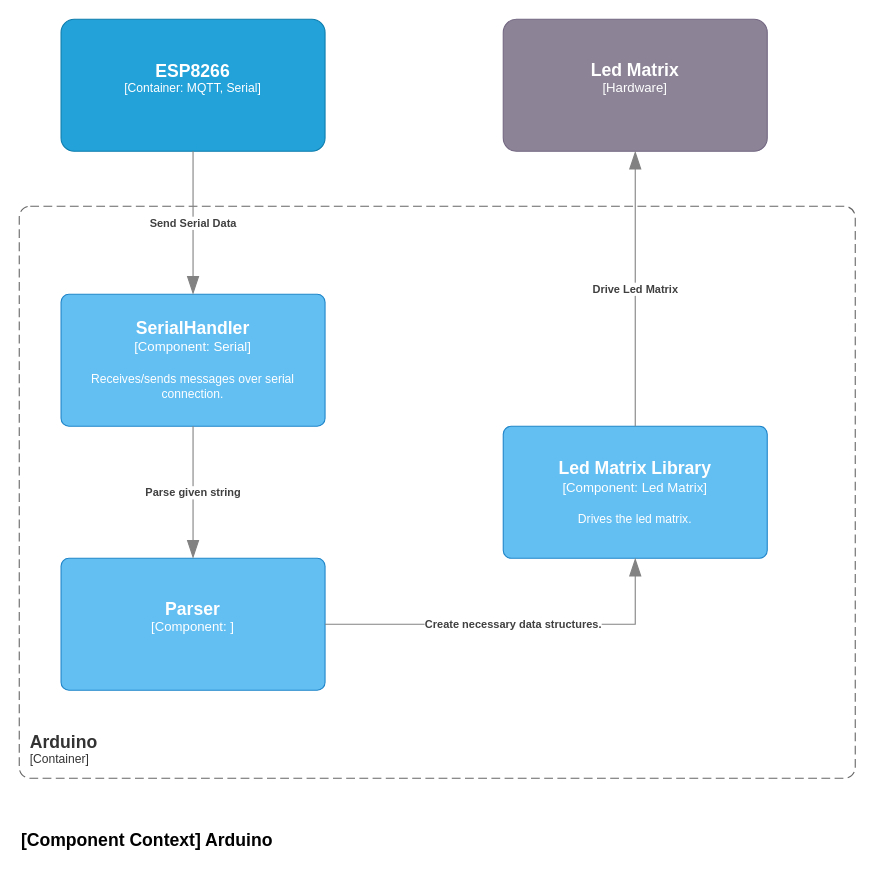
The draw.io diagram page "c3_arduino" (4 of 10) of doc/led_matrix_controller_design.drawio in Brentem/Led-Matrix-Controller-Brent, before the edit. Source tidied: cells renumbered, new cells numbered last; positions are measured from the earlier drawing's top-left corner, leaving out a move shared by most shapes. Both pictures are drawn from the tidied source at 110%, with x=0, y=0 at pixel (19, 19).
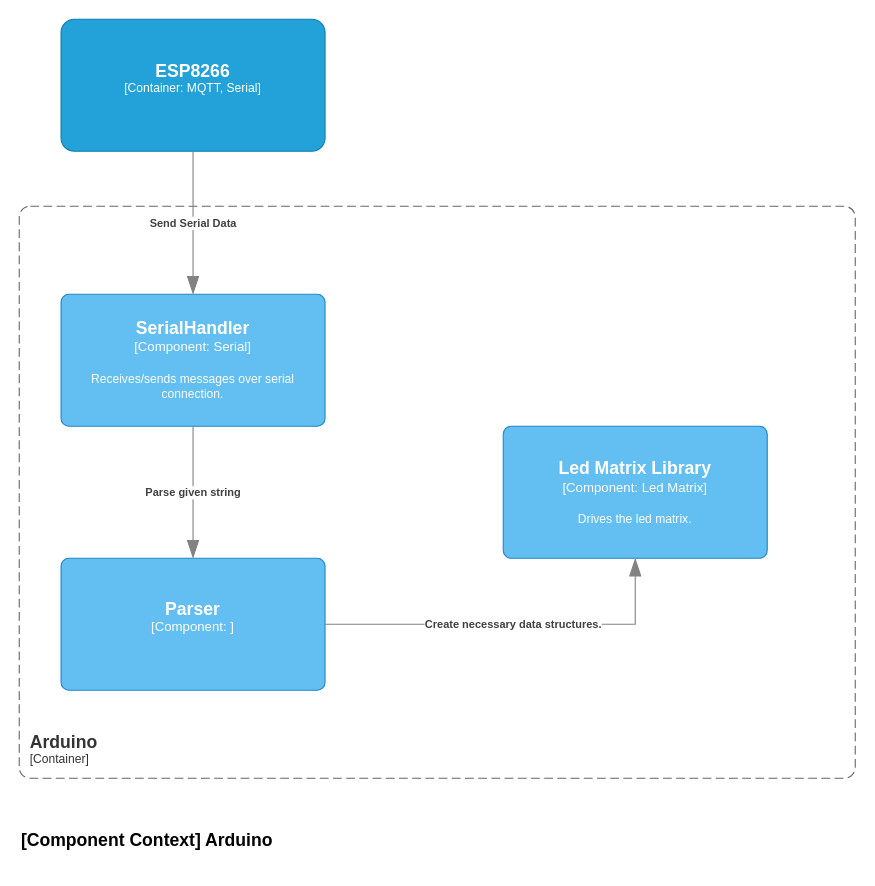
After the change.

Unchanged cells that the change refers to:
```xml
<object id="10" label="&lt;font style=&quot;font-size: 16px&quot;&gt;&lt;b&gt;%c4Name%&lt;/b&gt;&lt;/font&gt;&lt;div&gt;[%c4Type%: %c4Technology%]&lt;/div&gt;&lt;br&gt;&lt;div&gt;&lt;font style=&quot;font-size: 11px&quot;&gt;%c4Description%&lt;/font&gt;&lt;/div&gt;" c4Description="Drives the led matrix." c4Name="Led Matrix Library" c4Technology="Led Matrix" c4Type="Component" placeholders="1">
  <mxCell style="rounded=1;whiteSpace=wrap;html=1;labelBackgroundColor=none;fillColor=#63BEF2;fontColor=#ffffff;align=center;arcSize=6;strokeColor=#2086C9;points=[[0.25,0,0],[0.5,0,0],[0.75,0,0],[1,0.25,0],[1,0.5,0],[1,0.75,0],[0.75,1,0],[0.5,1,0],[0.25,1,0],[0,0.75,0],[0,0.5,0],[0,0.25,0]];" parent="1" vertex="1">
    <mxGeometry x="440" y="370" width="240" height="120" as="geometry" />
  </mxCell>
</object>
```

Diff of the diagram source:
```diff
@@
-    <object id="3" label="&lt;font style=&quot;font-size: 16px&quot;&gt;&lt;b&gt;%c4Name%&lt;/b&gt;&lt;/font&gt;&lt;div&gt;[%c4Type%]&lt;/div&gt;&lt;br&gt;&lt;div&gt;&lt;font style=&quot;font-size: 11px&quot;&gt;&lt;font color=&quot;#cccccc&quot;&gt;%c4Description%&lt;/font&gt;&lt;/div&gt;" c4Description="" c4Name="Led Matrix" c4Type="Hardware" placeholders="1">
-      <mxCell style="rounded=1;whiteSpace=wrap;html=1;labelBackgroundColor=none;fillColor=#8C8496;fontColor=#ffffff;align=center;arcSize=10;strokeColor=#736782;points=[[0.25,0,0],[0.5,0,0],[0.75,0,0],[1,0.25,0],[1,0.5,0],[1,0.75,0],[0.75,1,0],[0.5,1,0],[0.25,1,0],[0,0.75,0],[0,0.5,0],[0,0.25,0]];" parent="1" vertex="1">
-        <mxGeometry x="440" width="240" height="120" as="geometry" />
-      </mxCell>
-    </object>
@@
-    <object id="12" label="&lt;div style=&quot;text-align: left&quot;&gt;&lt;div style=&quot;text-align: center&quot;&gt;&lt;b&gt;%c4Description%&lt;/b&gt;&lt;/div&gt;" c4Description="Drive Led Matrix" placeholders="1">
-      <mxCell style="endArrow=blockThin;html=1;fontSize=10;fontColor=#404040;strokeWidth=1;endFill=1;strokeColor=#828282;elbow=vertical;endSize=14;startSize=14;jumpStyle=arc;jumpSize=16;rounded=0;edgeStyle=orthogonalEdgeStyle;exitX=0.5;exitY=0;exitDx=0;exitDy=0;exitPerimeter=0;" parent="1" edge="1" source="10" target="3">
-        <mxGeometry relative="1" as="geometry" />
-      </mxCell>
-    </object>
```
